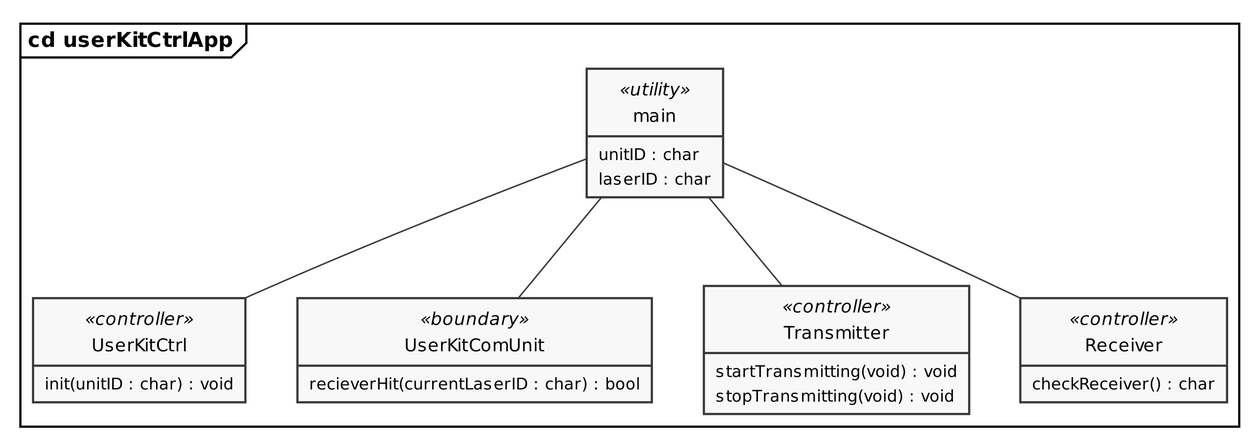
Earlier version of the PlantUML export PlantUML/out/UserKitCtrlApp_cd.png (LasseKrarup/Laser-Tag-Project).
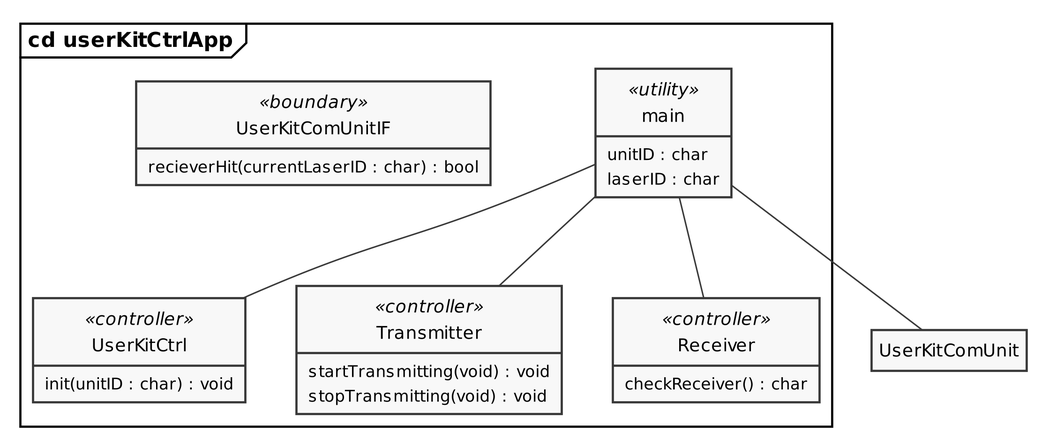
Later version of the same file.

Change to the diagram source:
```diff
@@ -23,7 +23,7 @@
         init(unitID : char) : void
     }
 
-    class UserKitComUnit <<boundary>> {
+    class UserKitComUnitIF <<boundary>> {
         recieverHit(currentLaserID : char) : bool
     }
 
```
